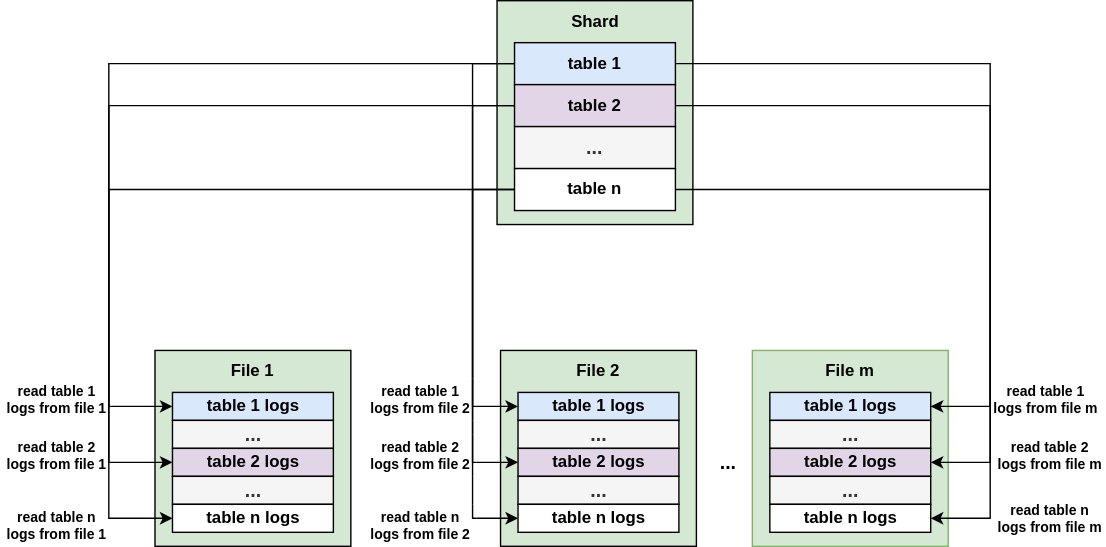
Above: rockswal.drawio.svg in Rachelint/drawio-store (draw.io), before the change. Source tidied: cells renumbered, new cells last; positions are measured from the earlier drawing's top-left corner, leaving out a move shared by most shapes.
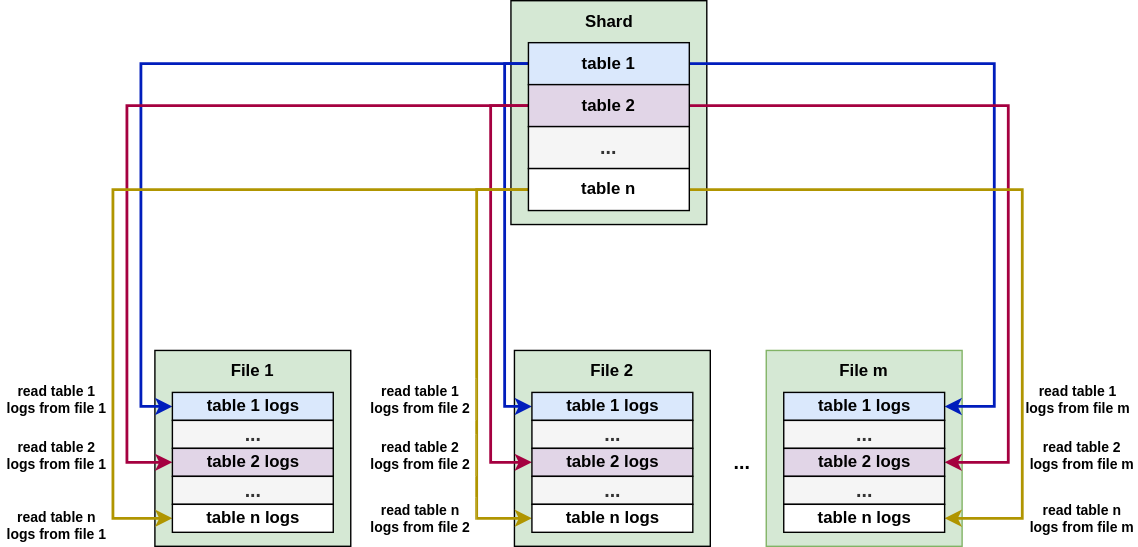
Above is the later version.

What changed in the source:
```diff
@@ -9,59 +9,59 @@
       <mxGeometry x="357" y="250" width="140" height="140" as="geometry" />
     </mxCell>
     <mxCell id="4" style="rounded=0;whiteSpace=wrap;html=1;fillColor=#d5e8d4;strokeColor=#000000;fontStyle=1;" parent="1" vertex="1">
-      <mxGeometry x="110" y="250" width="140" height="140" as="geometry" />
+      <mxGeometry x="100" y="250" width="140" height="140" as="geometry" />
     </mxCell>
     <mxCell id="5" style="rounded=0;whiteSpace=wrap;html=1;fillColor=#d5e8d4;strokeColor=#000000;fontStyle=1;" parent="1" vertex="1">
       <mxGeometry x="354.5" width="140" height="160" as="geometry" />
     </mxCell>
-    <mxCell id="6" style="edgeStyle=orthogonalEdgeStyle;rounded=0;jettySize=auto;html=1;exitX=0;exitY=0.5;exitDx=0;exitDy=0;entryX=0;entryY=0.5;entryDx=0;entryDy=0;fontStyle=1;" parent="1" edge="1" source="9" target="20">
+    <mxCell id="6" style="edgeStyle=orthogonalEdgeStyle;rounded=0;jettySize=auto;html=1;exitX=0;exitY=0.5;exitDx=0;exitDy=0;entryX=0;entryY=0.5;entryDx=0;entryDy=0;fontStyle=1;fillColor=#0050ef;strokeColor=#001DBC;strokeWidth=2;" parent="1" edge="1" source="9" target="20">
       <mxGeometry relative="1" as="geometry">
         <Array as="points">
-          <mxPoint x="77" y="45" />
-          <mxPoint x="77" y="290" />
+          <mxPoint x="90" y="45" />
+          <mxPoint x="90" y="290" />
         </Array>
       </mxGeometry>
     </mxCell>
-    <mxCell id="7" style="edgeStyle=orthogonalEdgeStyle;rounded=0;jettySize=auto;html=1;exitX=0;exitY=0.5;exitDx=0;exitDy=0;entryX=0;entryY=0.5;entryDx=0;entryDy=0;fontStyle=1;" parent="1" edge="1" source="9" target="25">
+    <mxCell id="7" style="edgeStyle=orthogonalEdgeStyle;rounded=0;jettySize=auto;html=1;exitX=0;exitY=0.5;exitDx=0;exitDy=0;entryX=0;entryY=0.5;entryDx=0;entryDy=0;fontStyle=1;fillColor=#0050ef;strokeColor=#001DBC;strokeWidth=2;" parent="1" edge="1" source="9" target="25">
       <mxGeometry relative="1" as="geometry">
         <Array as="points">
-          <mxPoint x="337" y="45" />
-          <mxPoint x="337" y="290" />
+          <mxPoint x="350" y="45" />
+          <mxPoint x="350" y="290" />
         </Array>
       </mxGeometry>
     </mxCell>
-    <mxCell id="8" style="edgeStyle=orthogonalEdgeStyle;rounded=0;jettySize=auto;html=1;exitX=1;exitY=0.5;exitDx=0;exitDy=0;entryX=1;entryY=0.5;entryDx=0;entryDy=0;fontStyle=1;" parent="1" edge="1" source="9" target="30">
+    <mxCell id="8" style="edgeStyle=orthogonalEdgeStyle;rounded=0;jettySize=auto;html=1;exitX=1;exitY=0.5;exitDx=0;exitDy=0;entryX=1;entryY=0.5;entryDx=0;entryDy=0;fontStyle=1;fillColor=#0050ef;strokeColor=#001DBC;strokeWidth=2;" parent="1" edge="1" source="9" target="30">
       <mxGeometry relative="1" as="geometry">
         <Array as="points">
-          <mxPoint x="707" y="45" />
-          <mxPoint x="707" y="290" />
+          <mxPoint x="700" y="45" />
+          <mxPoint x="700" y="290" />
         </Array>
       </mxGeometry>
     </mxCell>
     <mxCell id="9" value="table 1" style="rounded=0;whiteSpace=wrap;html=1;fillColor=#dae8fc;strokeColor=#000000;fontStyle=1;" parent="1" vertex="1">
       <mxGeometry x="367" y="30" width="115" height="30" as="geometry" />
     </mxCell>
-    <mxCell id="10" style="edgeStyle=orthogonalEdgeStyle;rounded=0;jettySize=auto;html=1;exitX=0;exitY=0.5;exitDx=0;exitDy=0;entryX=0;entryY=0.5;entryDx=0;entryDy=0;fontStyle=1;" parent="1" edge="1" source="13" target="27">
+    <mxCell id="10" style="edgeStyle=orthogonalEdgeStyle;rounded=0;jettySize=auto;html=1;exitX=0;exitY=0.5;exitDx=0;exitDy=0;entryX=0;entryY=0.5;entryDx=0;entryDy=0;fontStyle=1;fillColor=#d80073;strokeColor=#A50040;strokeWidth=2;" parent="1" edge="1" source="13" target="27">
       <mxGeometry relative="1" as="geometry">
         <Array as="points">
-          <mxPoint x="337" y="75" />
-          <mxPoint x="337" y="330" />
+          <mxPoint x="340" y="75" />
+          <mxPoint x="340" y="330" />
         </Array>
       </mxGeometry>
     </mxCell>
-    <mxCell id="11" style="edgeStyle=orthogonalEdgeStyle;rounded=0;jettySize=auto;html=1;exitX=0;exitY=0.5;exitDx=0;exitDy=0;entryX=0;entryY=0.5;entryDx=0;entryDy=0;fontStyle=1;" parent="1" edge="1" source="13" target="22">
+    <mxCell id="11" style="edgeStyle=orthogonalEdgeStyle;rounded=0;jettySize=auto;html=1;exitX=0;exitY=0.5;exitDx=0;exitDy=0;entryX=0;entryY=0.5;entryDx=0;entryDy=0;fontStyle=1;fillColor=#d80073;strokeColor=#A50040;strokeWidth=2;" parent="1" edge="1" source="13" target="22">
       <mxGeometry relative="1" as="geometry">
         <Array as="points">
-          <mxPoint x="77" y="75" />
-          <mxPoint x="77" y="330" />
+          <mxPoint x="80" y="75" />
+          <mxPoint x="80" y="330" />
         </Array>
       </mxGeometry>
     </mxCell>
-    <mxCell id="12" style="edgeStyle=orthogonalEdgeStyle;rounded=0;jettySize=auto;html=1;exitX=1;exitY=0.5;exitDx=0;exitDy=0;entryX=1;entryY=0.5;entryDx=0;entryDy=0;fontStyle=1;" parent="1" edge="1" source="13" target="32">
+    <mxCell id="12" style="edgeStyle=orthogonalEdgeStyle;rounded=0;jettySize=auto;html=1;exitX=1;exitY=0.5;exitDx=0;exitDy=0;entryX=1;entryY=0.5;entryDx=0;entryDy=0;fontStyle=1;fillColor=#d80073;strokeColor=#A50040;strokeWidth=2;" parent="1" edge="1" source="13" target="32">
       <mxGeometry relative="1" as="geometry">
         <Array as="points">
-          <mxPoint x="707" y="75" />
-          <mxPoint x="707" y="330" />
+          <mxPoint x="710" y="75" />
+          <mxPoint x="710" y="330" />
         </Array>
       </mxGeometry>
     </mxCell>
@@ -71,27 +71,27 @@
     <mxCell id="14" value="&lt;font style=&quot;font-size: 14px;&quot;&gt;&lt;span&gt;...&lt;/span&gt;&lt;/font&gt;" style="rounded=0;whiteSpace=wrap;html=1;fillColor=#f5f5f5;strokeColor=#000000;fontColor=#333333;fontStyle=1;" parent="1" vertex="1">
       <mxGeometry x="367" y="90" width="115" height="30" as="geometry" />
     </mxCell>
-    <mxCell id="15" style="edgeStyle=orthogonalEdgeStyle;rounded=0;jettySize=auto;html=1;exitX=1;exitY=0.5;exitDx=0;exitDy=0;entryX=1;entryY=0.5;entryDx=0;entryDy=0;fontStyle=1;" parent="1" edge="1" source="18" target="34">
+    <mxCell id="15" style="edgeStyle=orthogonalEdgeStyle;rounded=0;jettySize=auto;html=1;exitX=1;exitY=0.5;exitDx=0;exitDy=0;entryX=1;entryY=0.5;entryDx=0;entryDy=0;fontStyle=1;fillColor=#e3c800;strokeColor=#B09500;strokeWidth=2;" parent="1" edge="1" source="18" target="34">
       <mxGeometry relative="1" as="geometry">
         <Array as="points">
-          <mxPoint x="707" y="135" />
-          <mxPoint x="707" y="370" />
+          <mxPoint x="720" y="135" />
+          <mxPoint x="720" y="370" />
         </Array>
       </mxGeometry>
     </mxCell>
-    <mxCell id="16" style="edgeStyle=orthogonalEdgeStyle;rounded=0;jettySize=auto;html=1;exitX=0;exitY=0.5;exitDx=0;exitDy=0;entryX=0;entryY=0.5;entryDx=0;entryDy=0;fontStyle=1;" parent="1" edge="1" source="18" target="29">
+    <mxCell id="16" style="edgeStyle=orthogonalEdgeStyle;rounded=0;jettySize=auto;html=1;exitX=0;exitY=0.5;exitDx=0;exitDy=0;entryX=0;entryY=0.5;entryDx=0;entryDy=0;fontStyle=1;fillColor=#e3c800;strokeColor=#B09500;strokeWidth=2;" parent="1" edge="1" source="18" target="29">
       <mxGeometry relative="1" as="geometry">
         <Array as="points">
-          <mxPoint x="337" y="135" />
-          <mxPoint x="337" y="370" />
+          <mxPoint x="330" y="135" />
+          <mxPoint x="330" y="370" />
         </Array>
       </mxGeometry>
     </mxCell>
-    <mxCell id="17" style="edgeStyle=orthogonalEdgeStyle;rounded=0;jettySize=auto;html=1;exitX=0;exitY=0.5;exitDx=0;exitDy=0;entryX=0;entryY=0.5;entryDx=0;entryDy=0;fontStyle=1;" parent="1" edge="1" source="18" target="24">
+    <mxCell id="17" style="edgeStyle=orthogonalEdgeStyle;rounded=0;jettySize=auto;html=1;exitX=0;exitY=0.5;exitDx=0;exitDy=0;entryX=0;entryY=0.5;entryDx=0;entryDy=0;fontStyle=1;fillColor=#e3c800;strokeColor=#B09500;strokeWidth=2;" parent="1" edge="1" source="18" target="24">
       <mxGeometry relative="1" as="geometry">
         <Array as="points">
-          <mxPoint x="77" y="135" />
-          <mxPoint x="77" y="370" />
+          <mxPoint x="70" y="135" />
+          <mxPoint x="70" y="370" />
         </Array>
       </mxGeometry>
     </mxCell>
@@ -102,19 +102,19 @@
       <mxGeometry x="395" width="60" height="30" as="geometry" />
     </mxCell>
     <mxCell id="20" value="table 1 logs" style="rounded=0;whiteSpace=wrap;html=1;fillColor=#dae8fc;strokeColor=#000000;fontStyle=1;" parent="1" vertex="1">
-      <mxGeometry x="122.5" y="280" width="115" height="20" as="geometry" />
+      <mxGeometry x="112.5" y="280" width="115" height="20" as="geometry" />
     </mxCell>
     <mxCell id="21" value="&lt;font style=&quot;font-size: 14px;&quot;&gt;&lt;span&gt;...&lt;/span&gt;&lt;/font&gt;" style="rounded=0;whiteSpace=wrap;html=1;fillColor=#f5f5f5;strokeColor=#000000;fontColor=#333333;fontStyle=1;" parent="1" vertex="1">
-      <mxGeometry x="122.5" y="300" width="115" height="20" as="geometry" />
+      <mxGeometry x="112.5" y="300" width="115" height="20" as="geometry" />
     </mxCell>
     <mxCell id="22" value="table 2 logs" style="rounded=0;whiteSpace=wrap;html=1;fillColor=#e1d5e7;strokeColor=#000000;fontStyle=1;" parent="1" vertex="1">
-      <mxGeometry x="122.5" y="320" width="115" height="20" as="geometry" />
+      <mxGeometry x="112.5" y="320" width="115" height="20" as="geometry" />
     </mxCell>
     <mxCell id="23" value="&lt;font style=&quot;font-size: 14px;&quot;&gt;&lt;span&gt;...&lt;/span&gt;&lt;/font&gt;" style="rounded=0;whiteSpace=wrap;html=1;fillColor=#f5f5f5;strokeColor=#000000;fontColor=#333333;fontStyle=1;" parent="1" vertex="1">
-      <mxGeometry x="122.5" y="340" width="115" height="20" as="geometry" />
+      <mxGeometry x="112.5" y="340" width="115" height="20" as="geometry" />
     </mxCell>
     <mxCell id="24" value="table n logs" style="rounded=0;whiteSpace=wrap;html=1;fontStyle=1;strokeColor=#000000;" parent="1" vertex="1">
-      <mxGeometry x="122.5" y="360" width="115" height="20" as="geometry" />
+      <mxGeometry x="112.5" y="360" width="115" height="20" as="geometry" />
     </mxCell>
     <mxCell id="25" value="table 1 logs" style="rounded=0;whiteSpace=wrap;html=1;fillColor=#dae8fc;strokeColor=#000000;fontStyle=1;" parent="1" vertex="1">
       <mxGeometry x="369.5" y="280" width="115" height="20" as="geometry" />
@@ -150,7 +150,7 @@
       <mxGeometry x="489.5" y="315" width="60" height="30" as="geometry" />
     </mxCell>
     <mxCell id="36" value="File 1" style="text;html=1;strokeColor=none;fillColor=none;align=center;verticalAlign=middle;whiteSpace=wrap;rounded=0;fontStyle=1;" parent="1" vertex="1">
-      <mxGeometry x="150" y="250" width="60" height="30" as="geometry" />
+      <mxGeometry x="140" y="250" width="60" height="30" as="geometry" />
     </mxCell>
     <mxCell id="37" value="File 2" style="text;html=1;strokeColor=none;fillColor=none;align=center;verticalAlign=middle;whiteSpace=wrap;rounded=0;fontStyle=1;" parent="1" vertex="1">
       <mxGeometry x="397" y="250" width="60" height="30" as="geometry" />
@@ -159,31 +159,31 @@
       <mxGeometry x="577" y="250" width="60" height="30" as="geometry" />
     </mxCell>
     <mxCell id="39" value="read table 1 logs from file 1" style="text;html=1;strokeColor=none;fillColor=none;align=center;verticalAlign=middle;whiteSpace=wrap;rounded=0;strokeWidth=0;fontSize=10;fontStyle=1;" parent="1" vertex="1">
-      <mxGeometry y="270" width="80" height="30" as="geometry" />
+      <mxGeometry x="-10" y="270" width="80" height="30" as="geometry" />
     </mxCell>
     <mxCell id="40" value="read table 2 logs from file 1" style="text;html=1;strokeColor=none;fillColor=none;align=center;verticalAlign=middle;whiteSpace=wrap;rounded=0;strokeWidth=0;fontSize=10;fontStyle=1;" parent="1" vertex="1">
-      <mxGeometry y="310" width="80" height="30" as="geometry" />
+      <mxGeometry x="-10" y="310" width="80" height="30" as="geometry" />
     </mxCell>
     <mxCell id="41" value="read table n logs from file 1" style="text;html=1;strokeColor=none;fillColor=none;align=center;verticalAlign=middle;whiteSpace=wrap;rounded=0;strokeWidth=0;fontSize=10;fontStyle=1;" parent="1" vertex="1">
-      <mxGeometry y="360" width="80" height="30" as="geometry" />
+      <mxGeometry x="-10" y="360" width="80" height="30" as="geometry" />
     </mxCell>
     <mxCell id="42" value="read table 1 logs from file 2" style="text;html=1;strokeColor=#FFFFFF;fillColor=none;align=center;verticalAlign=middle;whiteSpace=wrap;rounded=0;strokeWidth=0;fontSize=10;fontStyle=1;" parent="1" vertex="1">
-      <mxGeometry x="260" y="270" width="80" height="30" as="geometry" />
+      <mxGeometry x="250" y="270" width="80" height="30" as="geometry" />
     </mxCell>
     <mxCell id="43" value="read table 2 logs from file 2" style="text;html=1;strokeColor=#FFFFFF;fillColor=none;align=center;verticalAlign=middle;whiteSpace=wrap;rounded=0;strokeWidth=0;fontSize=10;fontStyle=1;" parent="1" vertex="1">
-      <mxGeometry x="260" y="310" width="80" height="30" as="geometry" />
+      <mxGeometry x="250" y="310" width="80" height="30" as="geometry" />
     </mxCell>
     <mxCell id="44" value="read table n logs from file 2" style="text;html=1;strokeColor=#FFFFFF;fillColor=none;align=center;verticalAlign=middle;whiteSpace=wrap;rounded=0;strokeWidth=0;fontSize=10;fontStyle=1;" parent="1" vertex="1">
-      <mxGeometry x="260" y="360" width="80" height="30" as="geometry" />
+      <mxGeometry x="250" y="355" width="80" height="30" as="geometry" />
     </mxCell>
     <mxCell id="45" value="read table 1 logs from file m" style="text;html=1;strokeColor=none;fillColor=none;align=center;verticalAlign=middle;whiteSpace=wrap;rounded=0;strokeWidth=0;fontSize=10;fontStyle=1;" parent="1" vertex="1">
-      <mxGeometry x="707" y="270" width="80" height="30" as="geometry" />
+      <mxGeometry x="720" y="270" width="80" height="30" as="geometry" />
     </mxCell>
     <mxCell id="46" value="read table 2 logs from file m" style="text;html=1;strokeColor=none;fillColor=none;align=center;verticalAlign=middle;whiteSpace=wrap;rounded=0;strokeWidth=0;fontSize=10;fontStyle=1;" parent="1" vertex="1">
-      <mxGeometry x="710" y="310" width="80" height="30" as="geometry" />
+      <mxGeometry x="723" y="310" width="80" height="30" as="geometry" />
     </mxCell>
     <mxCell id="47" value="read table n logs from file m" style="text;html=1;strokeColor=none;fillColor=none;align=center;verticalAlign=middle;whiteSpace=wrap;rounded=0;strokeWidth=0;fontSize=10;fontStyle=1;" parent="1" vertex="1">
-      <mxGeometry x="710" y="355" width="80" height="30" as="geometry" />
+      <mxGeometry x="723" y="355" width="80" height="30" as="geometry" />
     </mxCell>
   </root>
 </mxGraphModel>
```
